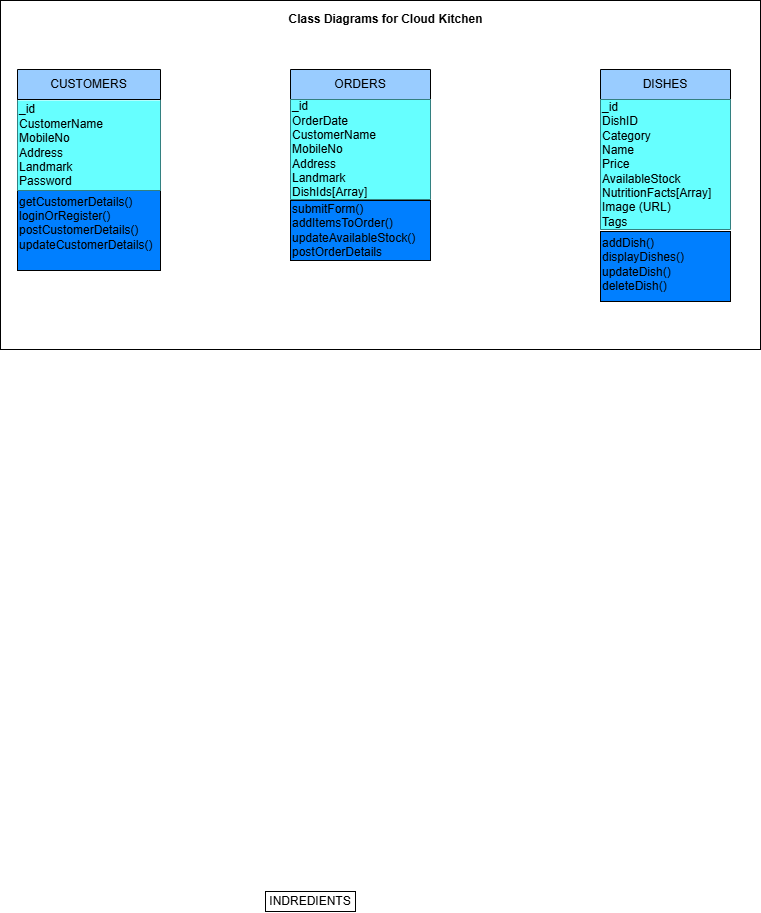
Above: Final Report/Diagrams with Corrections/ClassDiagrams-CST3990-M00979693.png in SaiNeetiSayam/CST3990-Neeti-Vue (draw.io), before the change. Source tidied: cells renumbered, new cells last; positions are measured from the earlier drawing's top-left corner, leaving out a move shared by most shapes.
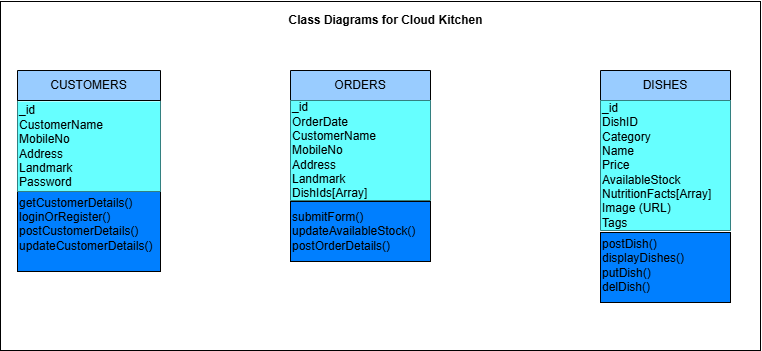
The same file after the commit.

Diff of the diagram source:
```diff
@@ -5,9 +5,6 @@
     <mxCell id="2" style="rounded=0;whiteSpace=wrap;html=1;" parent="1" vertex="1">
       <mxGeometry y="1" width="760" height="349" as="geometry" />
     </mxCell>
-    <mxCell id="3" value="INDREDIENTS" style="rounded=0;whiteSpace=wrap;html=1;" parent="1" vertex="1">
-      <mxGeometry x="265" y="892" width="90" height="20" as="geometry" />
-    </mxCell>
     <mxCell id="4" value="CUSTOMERS" style="swimlane;fontStyle=0;horizontal=1;startSize=30;whiteSpace=wrap;html=1;fillColor=#99CCFF;" parent="1" vertex="1">
       <mxGeometry x="17" y="70" width="143" height="121" as="geometry" />
     </mxCell>
@@ -29,10 +26,10 @@
     <mxCell id="10" style="rounded=0;whiteSpace=wrap;html=1;align=left;fillColor=#007FFF;" parent="1" vertex="1">
       <mxGeometry x="600" y="232" width="130" height="70" as="geometry" />
     </mxCell>
-    <mxCell id="11" value="addDish()&lt;div&gt;displayDishes()&lt;div&gt;&lt;span style=&quot;background-color: transparent; color: light-dark(rgb(0, 0, 0), rgb(255, 255, 255));&quot;&gt;updateDish()&lt;/span&gt;&lt;/div&gt;&lt;div&gt;deleteDish()&lt;/div&gt;&lt;/div&gt;" style="text;html=1;whiteSpace=wrap;strokeColor=none;fillColor=none;align=left;verticalAlign=middle;rounded=0;" parent="1" vertex="1">
+    <mxCell id="11" value="postDish()&lt;div&gt;displayDishes()&lt;div&gt;&lt;span style=&quot;background-color: transparent; color: light-dark(rgb(0, 0, 0), rgb(255, 255, 255));&quot;&gt;putDish()&lt;/span&gt;&lt;/div&gt;&lt;div&gt;delDish()&lt;/div&gt;&lt;/div&gt;" style="text;html=1;whiteSpace=wrap;strokeColor=none;fillColor=none;align=left;verticalAlign=middle;rounded=0;" parent="1" vertex="1">
       <mxGeometry x="600" y="250" width="60" height="30" as="geometry" />
     </mxCell>
-    <mxCell id="12" value="&lt;div&gt;&lt;span style=&quot;background-color: transparent; color: light-dark(rgb(0, 0, 0), rgb(255, 255, 255));&quot;&gt;submitForm()&lt;/span&gt;&lt;/div&gt;&lt;div&gt;addItemsToOrder()&lt;/div&gt;&lt;div&gt;updateAvailableStock()&lt;/div&gt;&lt;div&gt;postOrderDetails&lt;/div&gt;" style="rounded=0;whiteSpace=wrap;html=1;align=left;fillColor=#007FFF;" parent="1" vertex="1">
+    <mxCell id="12" value="&lt;div&gt;&lt;span style=&quot;background-color: transparent; color: light-dark(rgb(0, 0, 0), rgb(255, 255, 255));&quot;&gt;submitForm()&lt;/span&gt;&lt;/div&gt;&lt;div&gt;updateAvailableStock()&lt;/div&gt;&lt;div&gt;postOrderDetails()&lt;/div&gt;" style="rounded=0;whiteSpace=wrap;html=1;align=left;fillColor=#007FFF;" parent="1" vertex="1">
       <mxGeometry x="290" y="201" width="140" height="60" as="geometry" />
     </mxCell>
     <mxCell id="13" value="&lt;b&gt;Class Diagrams for Cloud Kitchen&lt;/b&gt;" style="text;html=1;whiteSpace=wrap;strokeColor=none;fillColor=none;align=center;verticalAlign=middle;rounded=0;" parent="1" vertex="1">
```
